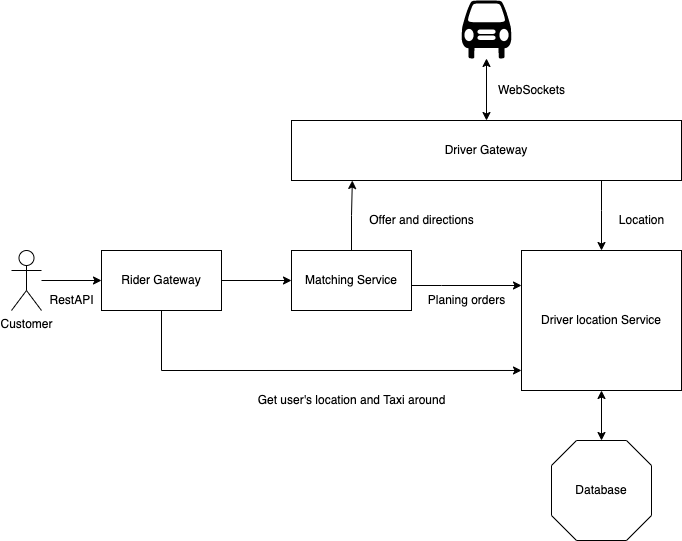
Above: 2. System design/Images/Overview.png in BachQuang/SkyMavis_Test (draw.io), before the change. Source tidied: cells renumbered, new cells last; positions are measured from the earlier drawing's top-left corner, leaving out a move shared by most shapes. Source of this version:
```xml
<mxGraphModel>
  <root>
    <mxCell id="0" />
    <mxCell id="1" parent="0" />
    <mxCell id="2" style="edgeStyle=orthogonalEdgeStyle;rounded=0;jettySize=auto;html=1;entryX=0;entryY=0.5;entryDx=0;entryDy=0;" parent="1" edge="1" source="4" target="9">
      <mxGeometry relative="1" as="geometry" />
    </mxCell>
    <mxCell id="3" style="edgeStyle=orthogonalEdgeStyle;rounded=0;jettySize=auto;html=1;entryX=0;entryY=0.857;entryDx=0;entryDy=0;entryPerimeter=0;" parent="1" edge="1" source="4" target="12">
      <mxGeometry relative="1" as="geometry">
        <Array as="points">
          <mxPoint x="150" y="370" />
        </Array>
      </mxGeometry>
    </mxCell>
    <mxCell id="4" value="Rider Gateway" style="rounded=0;whiteSpace=wrap;html=1;" parent="1" vertex="1">
      <mxGeometry x="90" y="250" width="120" height="60" as="geometry" />
    </mxCell>
    <mxCell id="5" value="Customer" style="shape=umlActor;verticalLabelPosition=bottom;verticalAlign=top;html=1;outlineConnect=0;" parent="1" vertex="1">
      <mxGeometry y="250" width="30" height="60" as="geometry" />
    </mxCell>
    <mxCell id="6" style="endArrow=classic;html=1;entryX=0;entryY=0.5;entryDx=0;entryDy=0;" parent="1" edge="1" source="5" target="4">
      <mxGeometry relative="1" as="geometry" />
    </mxCell>
    <mxCell id="7" style="edgeStyle=orthogonalEdgeStyle;rounded=0;jettySize=auto;html=1;entryX=0.156;entryY=1;entryDx=0;entryDy=0;entryPerimeter=0;" parent="1" edge="1" source="9" target="11">
      <mxGeometry relative="1" as="geometry" />
    </mxCell>
    <mxCell id="8" style="edgeStyle=orthogonalEdgeStyle;rounded=0;jettySize=auto;html=1;entryX=0;entryY=0.25;entryDx=0;entryDy=0;" parent="1" edge="1" source="9" target="12">
      <mxGeometry relative="1" as="geometry">
        <Array as="points">
          <mxPoint x="430" y="285" />
          <mxPoint x="430" y="285" />
        </Array>
      </mxGeometry>
    </mxCell>
    <mxCell id="9" value="Matching Service" style="rounded=0;whiteSpace=wrap;html=1;" parent="1" vertex="1">
      <mxGeometry x="280" y="250" width="120" height="60" as="geometry" />
    </mxCell>
    <mxCell id="10" style="edgeStyle=orthogonalEdgeStyle;rounded=0;jettySize=auto;html=1;" parent="1" edge="1" source="11" target="12">
      <mxGeometry relative="1" as="geometry">
        <Array as="points">
          <mxPoint x="590" y="210" />
          <mxPoint x="590" y="210" />
        </Array>
      </mxGeometry>
    </mxCell>
    <mxCell id="11" value="Driver Gateway" style="rounded=0;whiteSpace=wrap;html=1;" parent="1" vertex="1">
      <mxGeometry x="280" y="120" width="390" height="60" as="geometry" />
    </mxCell>
    <mxCell id="12" value="Driver location Service" style="rounded=0;whiteSpace=wrap;html=1;" parent="1" vertex="1">
      <mxGeometry x="510" y="250" width="160" height="140" as="geometry" />
    </mxCell>
    <mxCell id="13" style="verticalLabelPosition=bottom;verticalAlign=top;html=1;shape=mxgraph.basic.polygon;polyCoords=[[0.25,0],[0.75,0],[1,0.25],[1,0.75],[0.75,1],[0.25,1],[0,0.75],[0,0.25]];polyline=0;" parent="1" vertex="1">
      <mxGeometry x="540" y="440" width="100" height="100" as="geometry" />
    </mxCell>
    <mxCell id="14" style="shape=mxgraph.signs.transportation.car_1;html=1;fillColor=#000000;strokeColor=none;verticalLabelPosition=bottom;verticalAlign=top;align=center;" parent="1" vertex="1">
      <mxGeometry x="450" width="50" height="58" as="geometry" />
    </mxCell>
    <mxCell id="15" style="endArrow=classic;startArrow=classic;html=1;exitX=0.5;exitY=0;exitDx=0;exitDy=0;" parent="1" edge="1" source="11" target="14">
      <mxGeometry relative="1" as="geometry" />
    </mxCell>
    <mxCell id="16" value="WebSockets" style="text;html=1;align=center;verticalAlign=middle;strokeColor=none;" parent="1" vertex="1">
      <mxGeometry x="480" y="80" width="80" height="20" as="geometry" />
    </mxCell>
    <mxCell id="17" value="RestAPI" style="text;html=1;align=center;verticalAlign=middle;strokeColor=none;" parent="1" vertex="1">
      <mxGeometry x="30" y="290" width="60" height="20" as="geometry" />
    </mxCell>
    <mxCell id="18" value="Location" style="text;html=1;align=center;verticalAlign=middle;strokeColor=none;" parent="1" vertex="1">
      <mxGeometry x="600" y="210" width="60" height="20" as="geometry" />
    </mxCell>
    <mxCell id="19" value="Offer and directions" style="text;html=1;align=center;verticalAlign=middle;strokeColor=none;" parent="1" vertex="1">
      <mxGeometry x="350" y="210" width="120" height="20" as="geometry" />
    </mxCell>
    <mxCell id="20" value="Planing orders" style="text;html=1;align=center;verticalAlign=middle;strokeColor=none;" parent="1" vertex="1">
      <mxGeometry x="410" y="290" width="90" height="20" as="geometry" />
    </mxCell>
    <mxCell id="21" value="Get user's location and Taxi around" style="text;html=1;align=center;verticalAlign=middle;strokeColor=none;" parent="1" vertex="1">
      <mxGeometry x="240" y="390" width="200" height="20" as="geometry" />
    </mxCell>
    <mxCell id="22" style="endArrow=classic;startArrow=classic;html=1;exitX=0.5;exitY=0;exitDx=0;exitDy=0;exitPerimeter=0;entryX=0.5;entryY=1;entryDx=0;entryDy=0;" parent="1" edge="1" source="13" target="12">
      <mxGeometry relative="1" as="geometry" />
    </mxCell>
    <mxCell id="23" value="Database" style="text;html=1;strokeColor=none;fillColor=none;align=center;verticalAlign=middle;whiteSpace=wrap;rounded=0;" parent="1" vertex="1">
      <mxGeometry x="570" y="480" width="40" height="20" as="geometry" />
    </mxCell>
  </root>
</mxGraphModel>
```
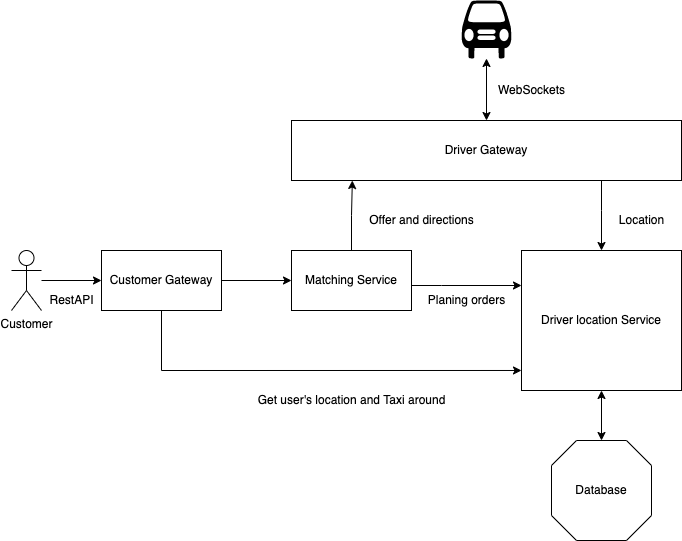
After the commit.

The edit, as a diff of the source:
```diff
@@ -12,7 +12,7 @@
         </Array>
       </mxGeometry>
     </mxCell>
-    <mxCell id="4" value="Rider Gateway" style="rounded=0;whiteSpace=wrap;html=1;" parent="1" vertex="1">
+    <mxCell id="4" value="Customer Gateway" style="rounded=0;whiteSpace=wrap;html=1;" parent="1" vertex="1">
       <mxGeometry x="90" y="250" width="120" height="60" as="geometry" />
     </mxCell>
     <mxCell id="5" value="Customer" style="shape=umlActor;verticalLabelPosition=bottom;verticalAlign=top;html=1;outlineConnect=0;" parent="1" vertex="1">
```
